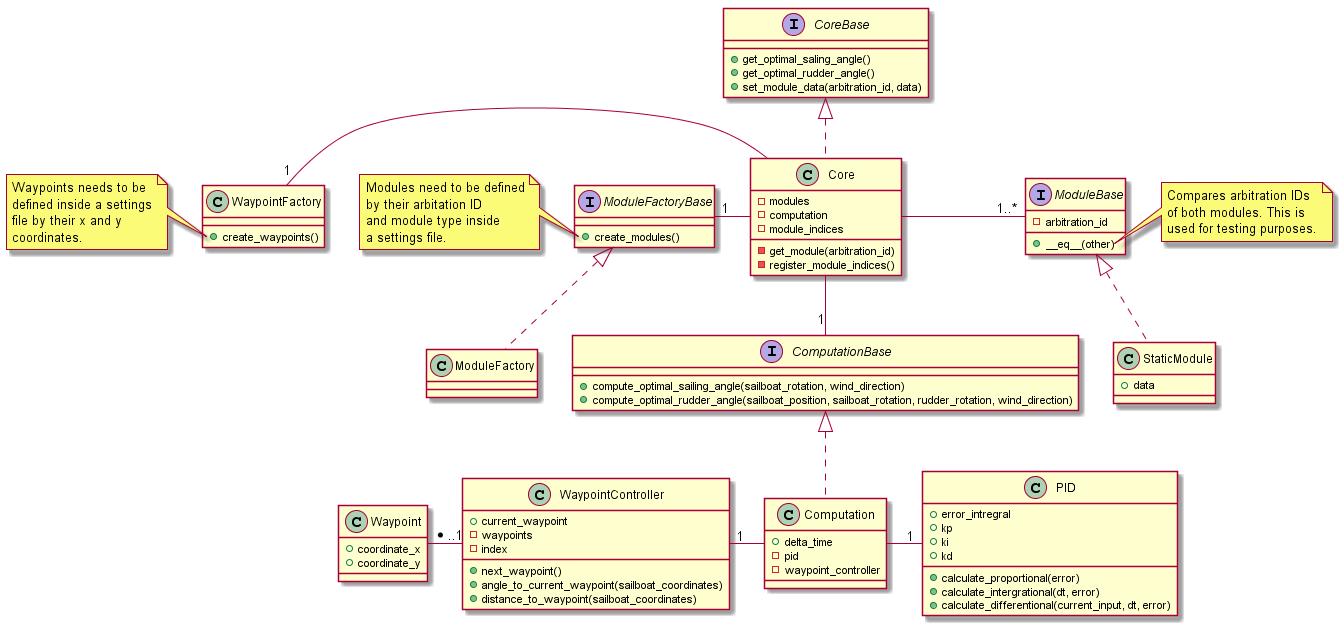
S-Vrijenhoek/Microtransat-Software-Framework keeps this PlantUML diagram as docs/diagrams/out/class_diagram/Class Diagram.png. Above is the earlier version.
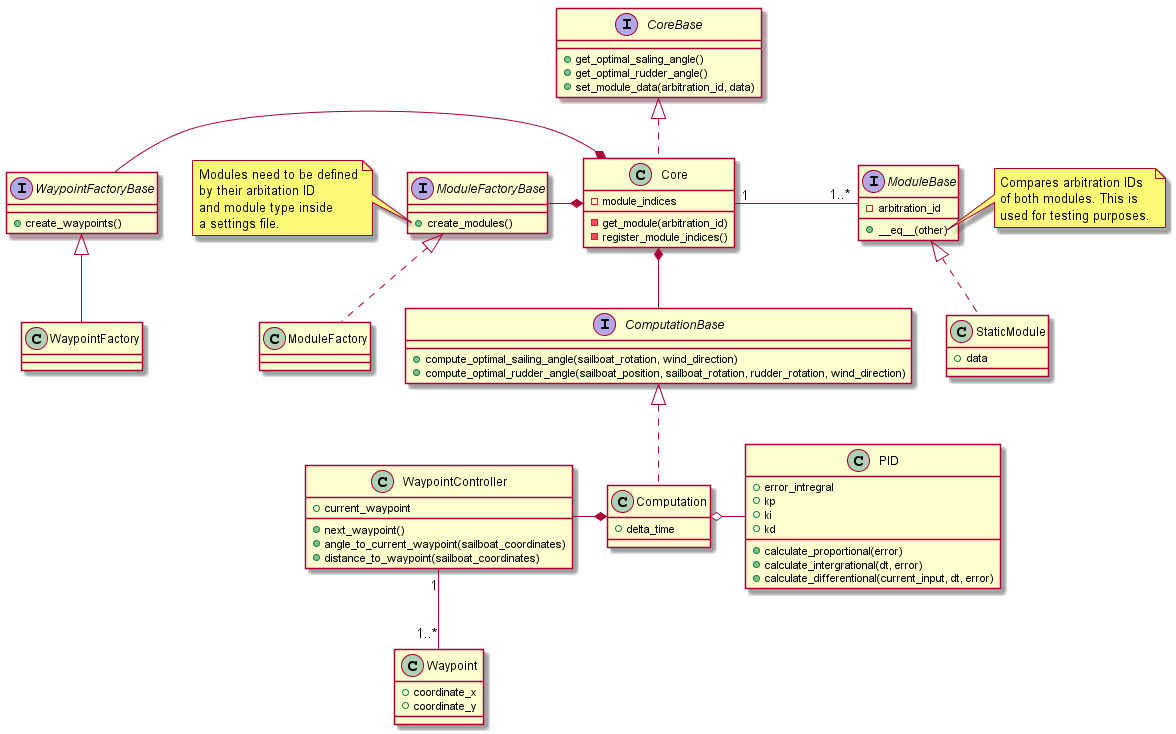
After the change.

The edit, as a diff of the source:
```diff
@@ -2,6 +2,7 @@
 
 interface ModuleBase
 interface ModuleFactoryBase
+interface WaypointFactoryBase
 interface ComputationBase
 interface CoreBase
 
@@ -17,14 +18,15 @@
 ModuleBase <|.. StaticModule
 ModuleFactoryBase <|.. ModuleFactory
 ComputationBase <|.. Computation
+WaypointFactoryBase <|-- WaypointFactory
 CoreBase <|.. Core
-Core - "1..*" ModuleBase
-Core -left- "1" ModuleFactoryBase
-Core -left- "1" WaypointFactory
-Core -down- "1" ComputationBase
-Computation - "1" PID
-Computation -left- "1" WaypointController
-WaypointController -left- "*..1" Waypoint
+Core "1" - "1..*" ModuleBase
+Core *-left- ModuleFactoryBase
+Core *-left- WaypointFactoryBase
+Core *-down- ComputationBase
+Computation o-right- PID
+Computation *-left- WaypointController
+WaypointController "1" -down- "1..*" Waypoint
 
 interface ModuleBase {
     - arbitration_id
@@ -46,6 +48,10 @@
     + compute_optimal_rudder_angle(sailboat_position, sailboat_rotation, rudder_rotation, wind_direction)
 }
 
+interface WaypointFactoryBase {
+    + create_waypoints()
+}
+
 class PID {
     + error_intregral
     + kp
@@ -58,15 +64,9 @@
 
 class WaypointController {
     + current_waypoint
-    - waypoints
-    - index
     + next_waypoint()
     + angle_to_current_waypoint(sailboat_coordinates)
     + distance_to_waypoint(sailboat_coordinates)
-}
-
-class WaypointFactory {
-    + create_waypoints()
 }
 
 class Waypoint {
@@ -80,13 +80,9 @@
 
 class Computation {
     + delta_time
-    - pid
-    - waypoint_controller
 }
 
 class Core {
-    - modules
-    - computation
     - module_indices
     - get_module(arbitration_id)
     - register_module_indices()
@@ -105,11 +101,4 @@
     used for testing purposes.
 end note
 
-note left of WaypointFactory::create_waypoints
-    Waypoints needs to be
-    defined inside a settings
-    file by their x and y
-    coordinates.
-end note
-
 @enduml
```
